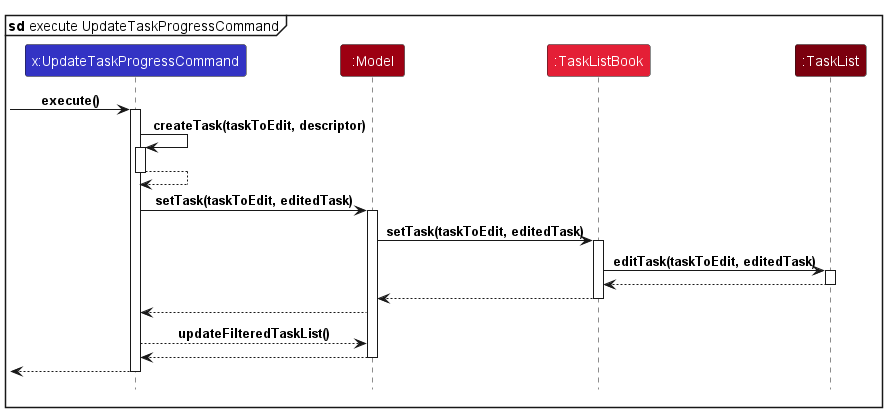
Earlier version of the PlantUML export docs/images/UpdateTaskProgressSequenceDiagram.png (raydenlim/tp).
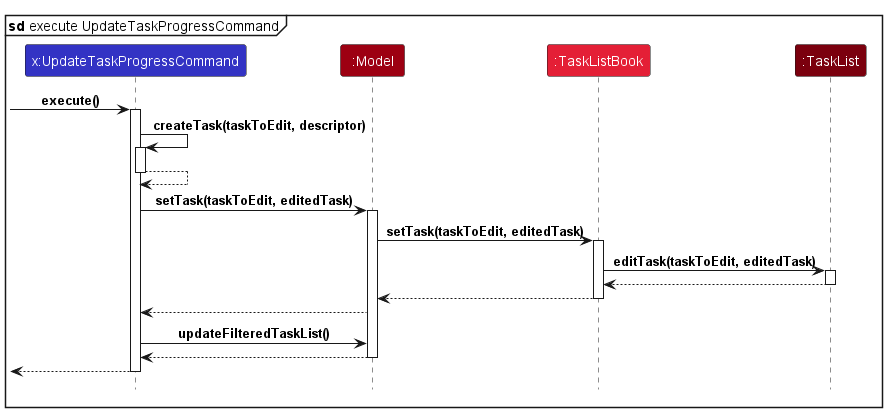
Above is the later version.

Commit message:
Update arrow on seq diagram

What changed in the source:
```diff
@@ -38,7 +38,7 @@
 
 Model --> UpdateTaskProgressCommand
 
-UpdateTaskProgressCommand --> Model : updateFilteredTaskList()
+UpdateTaskProgressCommand -> Model : updateFilteredTaskList()
 
 Model ---> UpdateTaskProgressCommand
 deactivate Model
```
